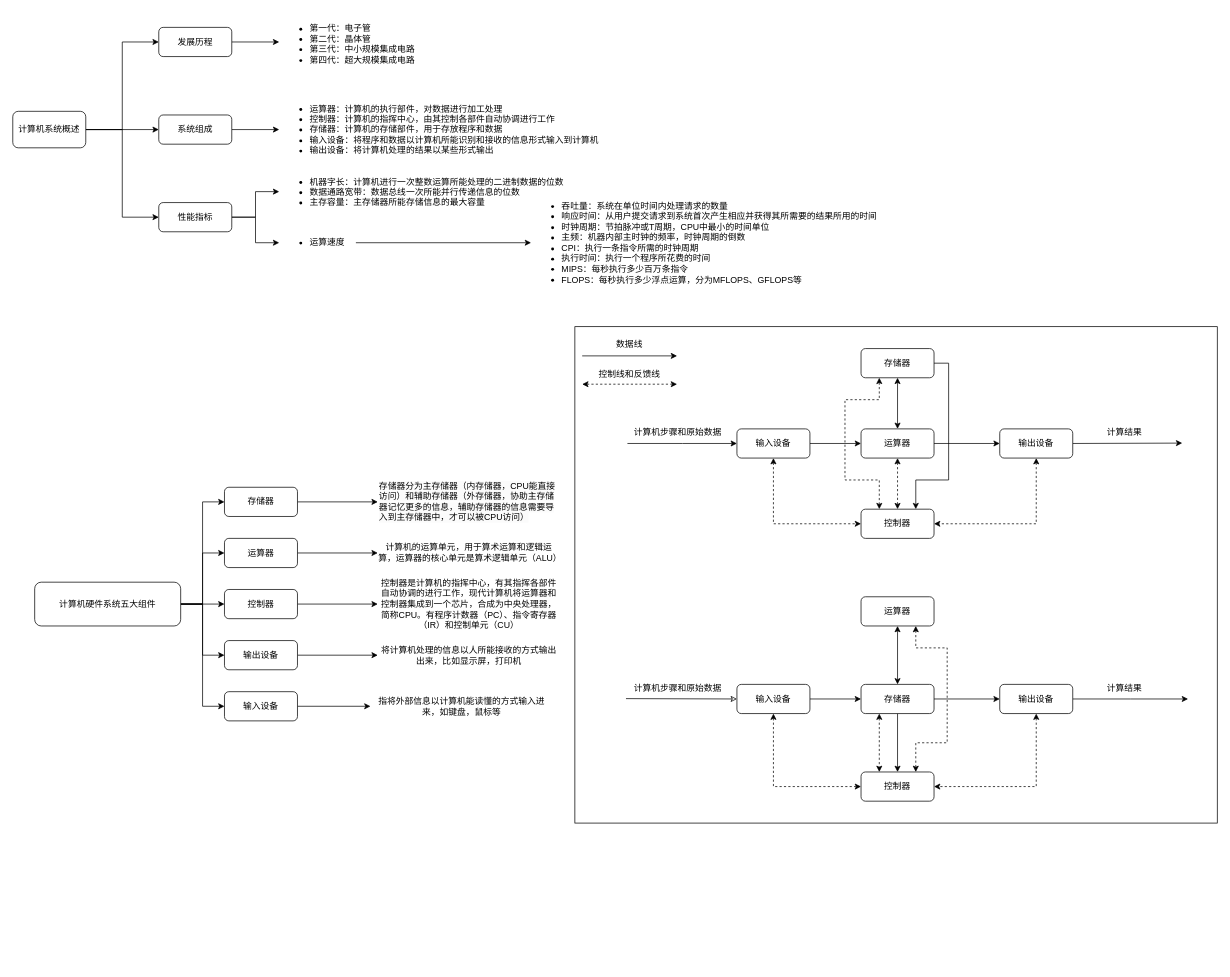
The draw.io diagram mspaint/ComputerBase.drawio in D1isney/notes, before the edit. Source tidied: cells renumbered, new cells numbered last; positions are measured from the earlier drawing's top-left corner, leaving out a move shared by most shapes. Both pictures are drawn from the tidied source at 73%, with x=0, y=0 at pixel (12, 12).
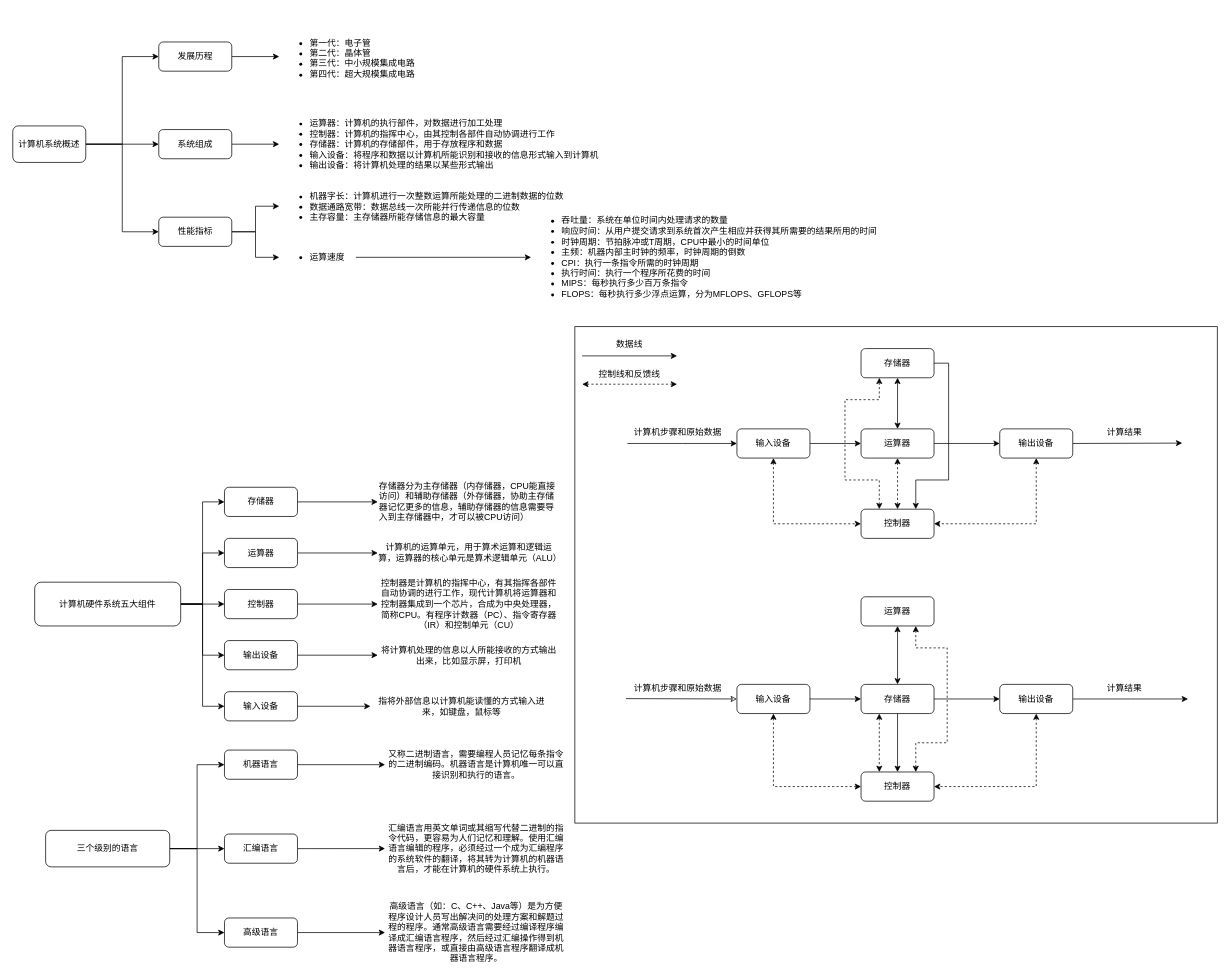
Above is the later version.

Change to the diagram source:
```diff
@@
     <mxCell id="5" value="计算机系统概述" style="rounded=1;whiteSpace=wrap;html=1;" parent="1" vertex="1">
-      <mxGeometry y="135" width="100" height="50" as="geometry" />
+      <mxGeometry y="155" width="100" height="50" as="geometry" />
     </mxCell>
@@
     <mxCell id="7" value="发展历程" style="rounded=1;whiteSpace=wrap;html=1;" parent="1" vertex="1">
-      <mxGeometry x="200" y="20" width="100" height="40" as="geometry" />
+      <mxGeometry x="200" y="40" width="100" height="40" as="geometry" />
     </mxCell>
@@
     <mxCell id="9" value="系统组成" style="rounded=1;whiteSpace=wrap;html=1;" parent="1" vertex="1">
-      <mxGeometry x="200" y="140" width="100" height="40" as="geometry" />
+      <mxGeometry x="200" y="160" width="100" height="40" as="geometry" />
     </mxCell>
@@
     <mxCell id="12" value="性能指标" style="rounded=1;whiteSpace=wrap;html=1;" parent="1" vertex="1">
-      <mxGeometry x="200" y="260" width="100" height="40" as="geometry" />
+      <mxGeometry x="200" y="280" width="100" height="40" as="geometry" />
     </mxCell>
     <mxCell id="13" value="&lt;ul&gt;&lt;li&gt;第一代：电子管&lt;/li&gt;&lt;li&gt;第二代：晶体管&lt;/li&gt;&lt;li&gt;第三代：中小规模集成电路&lt;/li&gt;&lt;li&gt;第四代：超大规模集成电路&lt;/li&gt;&lt;/ul&gt;" style="text;strokeColor=none;fillColor=none;html=1;whiteSpace=wrap;verticalAlign=middle;overflow=hidden;" parent="1" vertex="1">
-      <mxGeometry x="365" width="186" height="80" as="geometry" />
+      <mxGeometry x="365" y="20" width="186" height="80" as="geometry" />
     </mxCell>
     <mxCell id="14" value="&lt;ul&gt;&lt;li&gt;运算器：计算机的执行部件，对数据进行加工处理&lt;/li&gt;&lt;li&gt;控制器：计算机的指挥中心，由其控制各部件自动协调进行工作&lt;/li&gt;&lt;li&gt;存储器：计算机的存储部件，用于存放程序和数据&lt;/li&gt;&lt;li&gt;输入设备：将程序和数据以计算机所能识别和接收的信息形式输入到计算机&lt;/li&gt;&lt;li&gt;输出设备：将计算机处理的结果以某些形式输出&lt;/li&gt;&lt;/ul&gt;" style="text;strokeColor=none;fillColor=none;html=1;whiteSpace=wrap;verticalAlign=middle;overflow=hidden;" parent="1" vertex="1">
-      <mxGeometry x="365" y="110" width="445" height="100" as="geometry" />
+      <mxGeometry x="365" y="130" width="445" height="100" as="geometry" />
     </mxCell>
     <mxCell id="15" value="&lt;ul&gt;&lt;li&gt;机器字长：计算机进行一次整数运算所能处理的二进制数据的位数&lt;/li&gt;&lt;li&gt;数据通路宽带：数据总线一次所能并行传递信息的位数&lt;/li&gt;&lt;li&gt;主存容量：主存储器所能存储信息的最大容量&lt;/li&gt;&lt;/ul&gt;" style="text;strokeColor=none;fillColor=none;html=1;whiteSpace=wrap;verticalAlign=middle;overflow=hidden;" parent="1" vertex="1">
-      <mxGeometry x="365" y="210" width="445" height="70" as="geometry" />
+      <mxGeometry x="365" y="230" width="445" height="70" as="geometry" />
     </mxCell>
@@
     <mxCell id="17" value="&lt;ul&gt;&lt;li&gt;运算速度&lt;/li&gt;&lt;/ul&gt;" style="text;strokeColor=none;fillColor=none;html=1;whiteSpace=wrap;verticalAlign=middle;overflow=hidden;" parent="1" vertex="1">
-      <mxGeometry x="365" y="280" width="105" height="70" as="geometry" />
+      <mxGeometry x="365" y="300" width="105" height="70" as="geometry" />
     </mxCell>
     <mxCell id="18" value="&lt;ul&gt;&lt;li&gt;吞吐量：系统在单位时间内处理请求的数量&lt;/li&gt;&lt;li&gt;响应时间：从用户提交请求到系统首次产生相应并获得其所需要的结果所用的时间&lt;/li&gt;&lt;li&gt;时钟周期：节拍脉冲或T周期，CPU中最小的时间单位&lt;/li&gt;&lt;li&gt;主频：机器内部主时钟的频率，时钟周期的倒数&lt;/li&gt;&lt;li&gt;CPI：执行一条指令所需的时钟周期&lt;/li&gt;&lt;li&gt;执行时间：执行一个程序所花费的时间&lt;/li&gt;&lt;li&gt;MIPS：每秒执行多少百万条指令&lt;/li&gt;&lt;li&gt;FLOPS：每秒执行多少浮点运算，分为MFLOPS、GFLOPS等&lt;/li&gt;&lt;/ul&gt;" style="text;strokeColor=none;fillColor=none;html=1;whiteSpace=wrap;verticalAlign=middle;overflow=hidden;" parent="1" vertex="1">
-      <mxGeometry x="710" y="240" width="490" height="150" as="geometry" />
+      <mxGeometry x="710" y="260" width="490" height="150" as="geometry" />
     </mxCell>
@@
+    <mxCell id="79" style="edgeStyle=orthogonalEdgeStyle;rounded=0;jettySize=auto;html=1;exitX=1;exitY=0.5;exitDx=0;exitDy=0;entryX=0;entryY=0.5;entryDx=0;entryDy=0;" parent="1" edge="1" source="82" target="84">
+      <mxGeometry relative="1" as="geometry" />
+    </mxCell>
+    <mxCell id="80" style="edgeStyle=orthogonalEdgeStyle;rounded=0;jettySize=auto;html=1;exitX=1;exitY=0.5;exitDx=0;exitDy=0;entryX=0;entryY=0.5;entryDx=0;entryDy=0;" parent="1" edge="1" source="82" target="86">
+      <mxGeometry relative="1" as="geometry" />
+    </mxCell>
+    <mxCell id="81" style="edgeStyle=orthogonalEdgeStyle;rounded=0;jettySize=auto;html=1;exitX=1;exitY=0.5;exitDx=0;exitDy=0;entryX=0;entryY=0.5;entryDx=0;entryDy=0;" parent="1" edge="1" source="82" target="88">
+      <mxGeometry relative="1" as="geometry" />
+    </mxCell>
+    <mxCell id="82" value="三个级别的语言" style="rounded=1;whiteSpace=wrap;html=1;" parent="1" vertex="1">
+      <mxGeometry x="45" y="1120" width="170" height="50" as="geometry" />
+    </mxCell>
+    <mxCell id="83" style="edgeStyle=orthogonalEdgeStyle;rounded=0;jettySize=auto;html=1;exitX=1;exitY=0.5;exitDx=0;exitDy=0;" parent="1" edge="1" source="84" target="89">
+      <mxGeometry relative="1" as="geometry" />
+    </mxCell>
+    <mxCell id="84" value="机器语言" style="rounded=1;whiteSpace=wrap;html=1;" parent="1" vertex="1">
+      <mxGeometry x="290" y="1010" width="100" height="40" as="geometry" />
+    </mxCell>
+    <mxCell id="85" style="edgeStyle=orthogonalEdgeStyle;rounded=0;jettySize=auto;html=1;exitX=1;exitY=0.5;exitDx=0;exitDy=0;entryX=0;entryY=0.5;entryDx=0;entryDy=0;" parent="1" edge="1" source="86" target="90">
+      <mxGeometry relative="1" as="geometry" />
+    </mxCell>
+    <mxCell id="86" value="汇编语言" style="rounded=1;whiteSpace=wrap;html=1;" parent="1" vertex="1">
+      <mxGeometry x="290" y="1125" width="100" height="40" as="geometry" />
+    </mxCell>
+    <mxCell id="87" style="edgeStyle=orthogonalEdgeStyle;rounded=0;jettySize=auto;html=1;exitX=1;exitY=0.5;exitDx=0;exitDy=0;" parent="1" edge="1" source="88" target="91">
+      <mxGeometry relative="1" as="geometry" />
+    </mxCell>
+    <mxCell id="88" value="高级语言" style="rounded=1;whiteSpace=wrap;html=1;" parent="1" vertex="1">
+      <mxGeometry x="290" y="1240" width="100" height="40" as="geometry" />
+    </mxCell>
+    <mxCell id="89" value="又称二进制语言，需要编程人员记忆每条指令的二进制编码。机器语言是计算机唯一可以直接识别和执行的语言。" style="text;html=1;align=center;verticalAlign=middle;whiteSpace=wrap;rounded=0;" parent="1" vertex="1">
+      <mxGeometry x="510" y="1002.5" width="250" height="55" as="geometry" />
+    </mxCell>
+    <mxCell id="90" value="汇编语言用英文单词或其缩写代替二进制的指令代码，更容易为人们记忆和理解。使用汇编语言编辑的程序，必须经过一个成为汇编程序的系统软件的翻译，将其转为计算机的机器语言后，才能在计算机的硬件系统上执行。" style="text;html=1;align=center;verticalAlign=middle;whiteSpace=wrap;rounded=0;" parent="1" vertex="1">
+      <mxGeometry x="510" y="1106.2" width="250" height="77.5" as="geometry" />
+    </mxCell>
+    <mxCell id="91" value="高级语言（如：C、C++、Java等）是为方便程序设计人员写出解决问的处理方案和解题过程的程序。通常高级语言需要经过编译程序编译成汇编语言程序，然后经过汇编操作得到机器语言程序，或直接由高级语言程序翻译成机器语言程序。" style="text;html=1;align=center;verticalAlign=middle;whiteSpace=wrap;rounded=0;" parent="1" vertex="1">
+      <mxGeometry x="510" y="1215" width="250" height="90" as="geometry" />
+    </mxCell>
```
